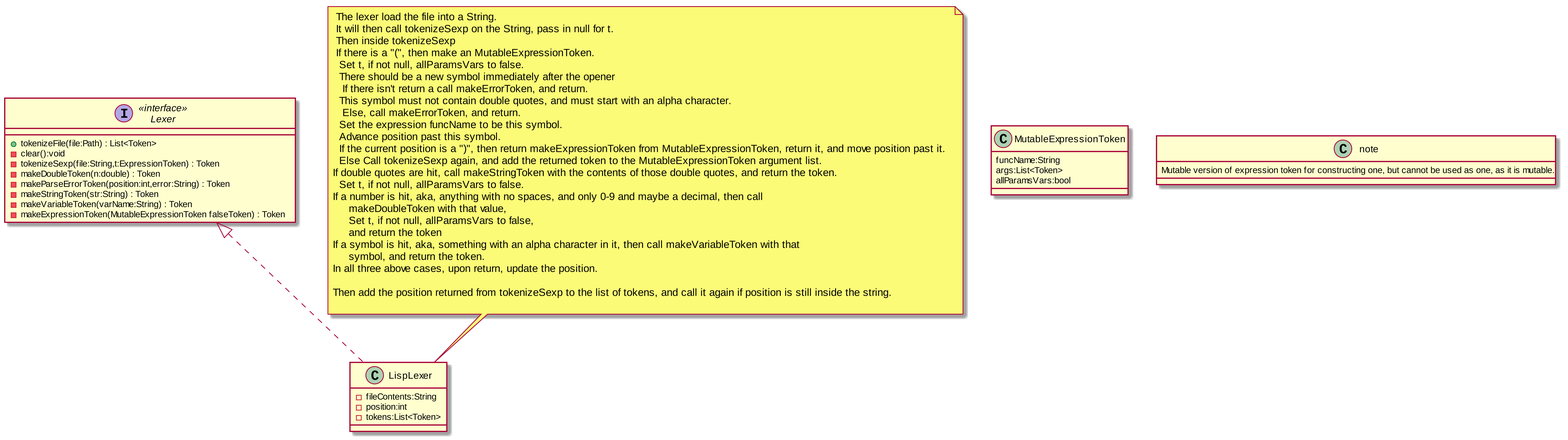
This is Structure/LexerUML.png from MatthewBregg/DesignPatternsRepo, a PlantUML export, as it was before one commit.
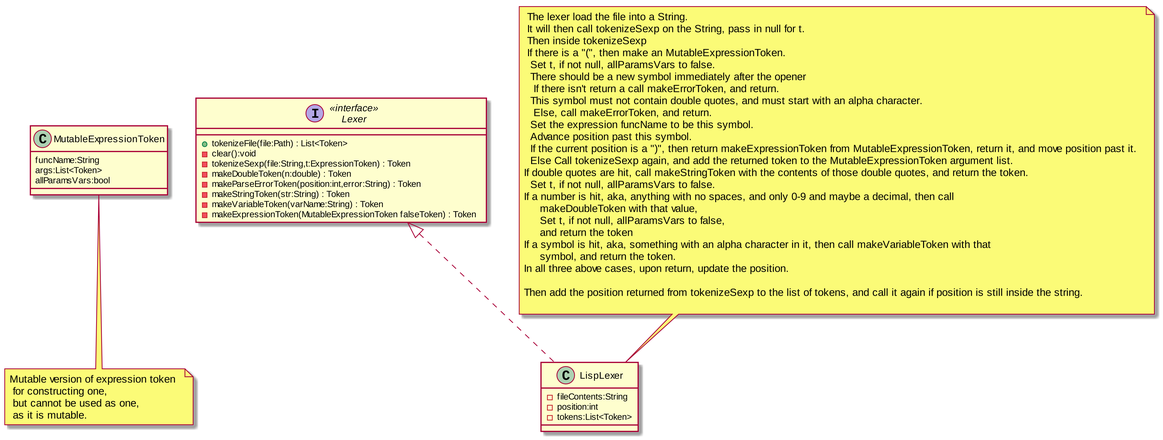
Above is the later version.

What changed in the source:
```diff
@@ -1,5 +1,12 @@
 @startuml
 skinparam dpi 300
+
+
+class MutableExpressionToken
+MutableExpressionToken : funcName:String
+MutableExpressionToken : args:List<Token>
+MutableExpressionToken : allParamsVars:bool
+note bottom : Mutable version of expression token \n for constructing one, \n but cannot be used as one, \n as it is mutable.
 
 interface Lexer<<interface>>
 Lexer : +tokenizeFile(file:Path) : List<Token>
@@ -16,13 +23,6 @@
 LispLexer : -position:int
 Lexer <|.. LispLexer
 LispLexer : -tokens:List<Token>
-
-class MutableExpressionToken
-MutableExpressionToken : funcName:String
-MutableExpressionToken : args:List<Token>
-MutableExpressionToken : allParamsVars:bool
-note : Mutable version of expression token for constructing one, but cannot be used as one, as it is mutable.
-
 
 note top of LispLexer
  The lexer load the file into a String.
```
